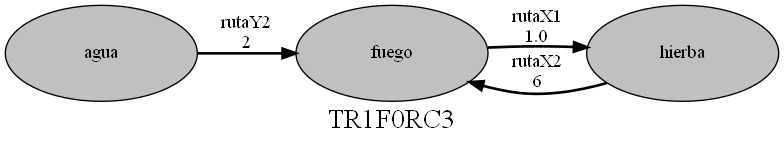
This is Images/Ruta2.gv.png from AdrianMolina2000/-LF-Proyecto1, a Graphviz export, as it was before one commit. Its source is kept beside it as Images/Ruta2.gv.
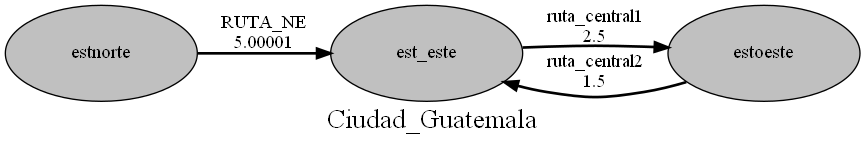
Above is the later version.

Change to the diagram source:
```diff
@@ -1,13 +1,13 @@
 digraph Ruta2 {
 	node [color=black fillcolor=gray fixedsize=true height=1 shape=oval style=filled width=2]
-	fuego -> hierba [label="rutaX1
-1.0" style=bold]
-	hierba -> fuego [label="rutaX2
-6" style=bold]
-	agua -> fuego [label="rutaY2
-2" style=bold]
+	est_este -> estoeste [label="ruta_central1
+2.5" style=bold]
+	estoeste -> est_este [label="ruta_central2
+1.5" style=bold]
+	estnorte -> est_este [label="RUTA_NE
+5.00001" style=bold]
 	overlap=false
-	label=TR1F0RC3
+	label=Ciudad_Guatemala
 	fontsize=20
 	rankdir=LR
 }
```
